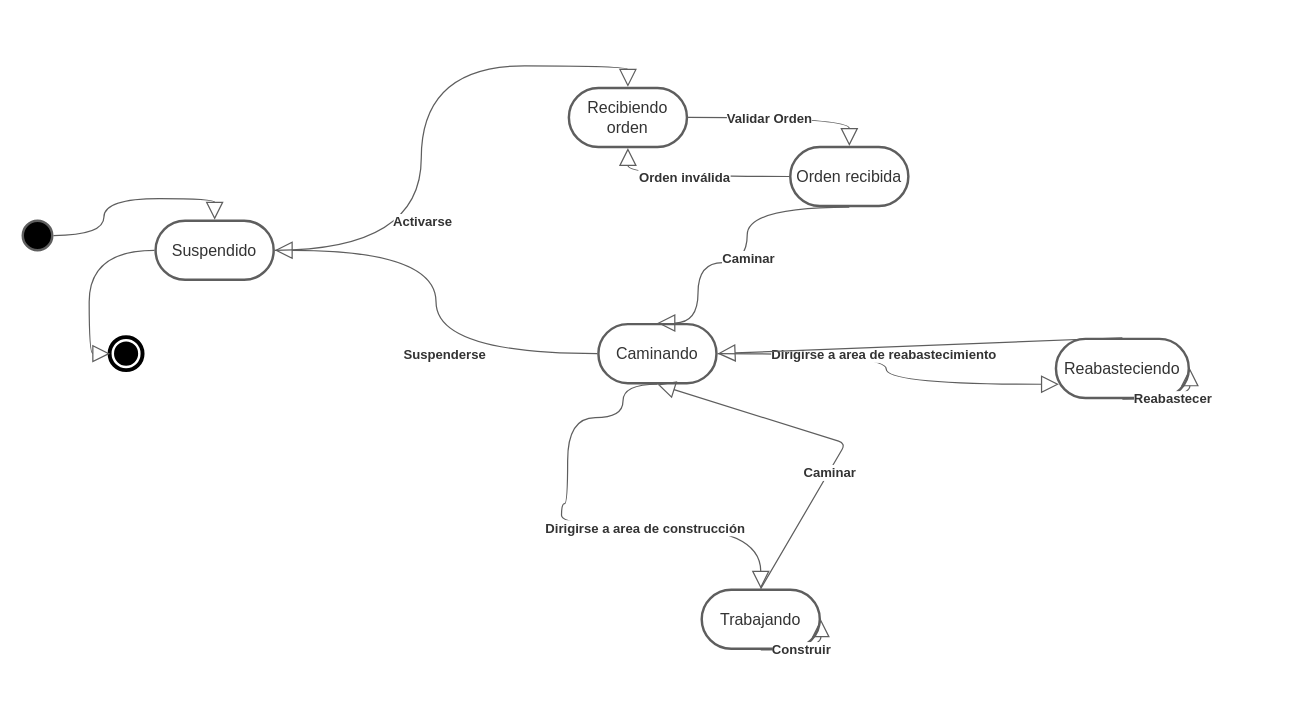
Earlier version of the draw.io diagram EstadosPractica2.drawio (Rogarpa/Practica2-Modelado-y-Programacion--). Source tidied: cells renumbered, new cells numbered last; positions are measured from the earlier drawing's top-left corner, leaving out a move shared by most shapes. Both pictures are drawn from the tidied source at 123%, with x=0, y=0 at pixel (22, 87).
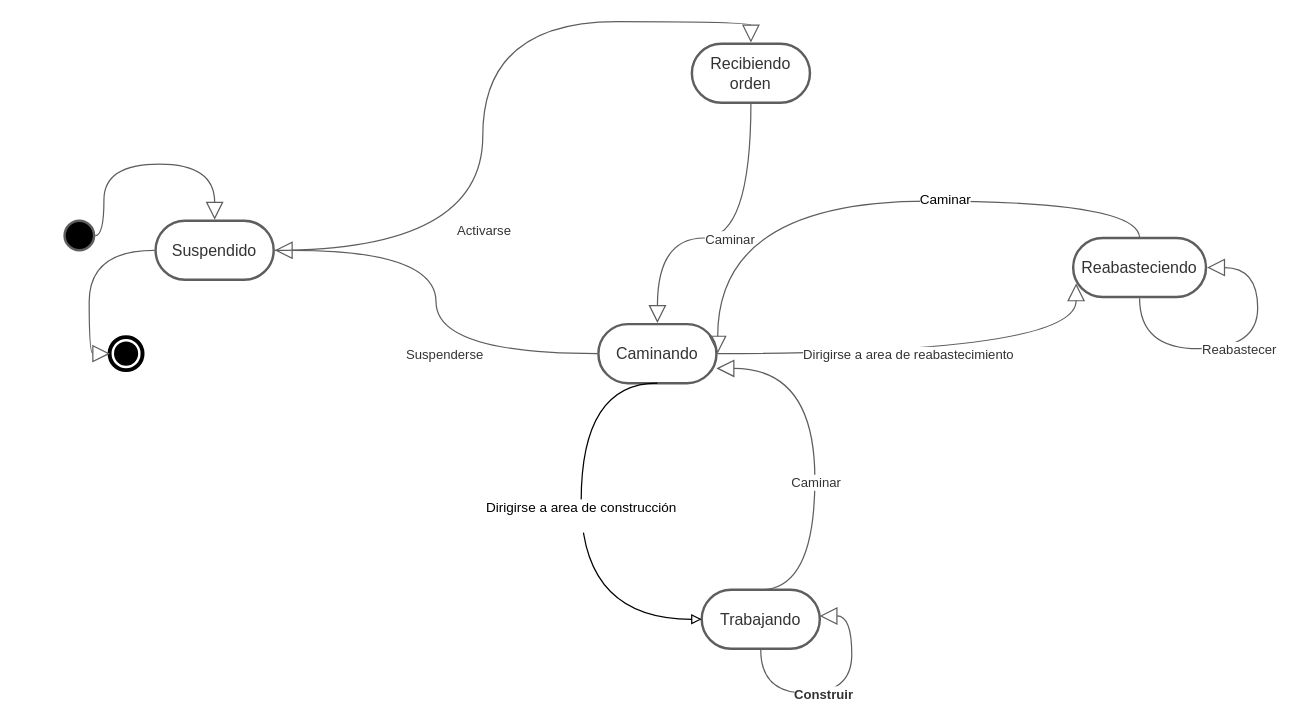
Above is the later version.

Unchanged cells that the change refers to:
```xml
<mxCell id="8" value="Caminando" style="html=1;whiteSpace=wrap;rounded=1;arcSize=50;whiteSpace=wrap;fontSize=13;fontColor=#333333;spacing=3;strokeColor=#5e5e5e;strokeOpacity=100;strokeWidth=2;" parent="1" vertex="1">
  <mxGeometry x="468" y="192" width="96" height="48" as="geometry" />
</mxCell>
<mxCell id="10" value="Trabajando" style="html=1;whiteSpace=wrap;rounded=1;arcSize=50;whiteSpace=wrap;fontSize=13;fontColor=#333333;spacing=3;strokeColor=#5e5e5e;strokeOpacity=100;strokeWidth=2;" parent="1" vertex="1">
  <mxGeometry x="552" y="408" width="96" height="48" as="geometry" />
</mxCell>
<mxCell id="11" style="html=1;jettySize=18;whiteSpace=wrap;fontSize=11;strokeColor=#5E5E5E;rounded=1;arcSize=12;edgeStyle=orthogonalEdgeStyle;curved=1;startArrow=none;endArrow=block;endFill=0;endSize=12;exitX=1.009380833298696;exitY=0.5;exitPerimeter=0;entryX=0.5;entryY=-0.01875;entryPerimeter=0;" parent="1" edge="1" source="5" target="7">
  <mxGeometry relative="1" as="geometry" />
</mxCell>
<mxCell id="13" style="html=1;jettySize=18;whiteSpace=wrap;fontSize=11;strokeColor=#5E5E5E;rounded=1;arcSize=12;edgeStyle=orthogonalEdgeStyle;curved=1;startArrow=none;endArrow=block;endFill=0;endSize=12;exitX=-0.00938083329869599;exitY=0.5;exitPerimeter=0;entryX=1.0093808332986962;entryY=0.5;entryPerimeter=0;" parent="1" edge="1" source="8" target="5">
  <mxGeometry relative="1" as="geometry" />
</mxCell>
<mxCell id="25" style="html=1;jettySize=18;whiteSpace=wrap;fontSize=11;strokeColor=#5E5E5E;rounded=1;arcSize=12;edgeStyle=orthogonalEdgeStyle;curved=1;startArrow=none;endArrow=block;endFill=0;endSize=12;exitX=1.009380833298696;exitY=0.5;exitPerimeter=0;entryX=0.022264374879770957;entryY=0.7687500000000002;entryPerimeter=0;" parent="1" edge="1" source="8" target="9">
  <mxGeometry relative="1" as="geometry" />
</mxCell>
```

What changed in the source:
```diff
@@
     <mxCell id="3" style="html=1;whiteSpace=wrap;ellipse;fillColor=#000000;whiteSpace=wrap;fontSize=11;spacing=0;strokeColor=#5e5e5e;strokeOpacity=100;rounded=1;absoluteArcSize=1;arcSize=7.199999999999999;strokeWidth=2;" parent="1" vertex="1">
-      <mxGeometry y="108" width="24" height="24" as="geometry" />
+      <mxGeometry x="34" y="108" width="24" height="24" as="geometry" />
     </mxCell>
@@
-    <mxCell id="5" value="Suspendido" style="html=1;whiteSpace=wrap;rounded=1;arcSize=50;whiteSpace=wrap;fontSize=13;fontColor=#333333;spacing=3;strokeColor=#5e5e5e;strokeOpacity=100;strokeWidth=2;" parent="1" vertex="1">
+    <mxCell id="5" value="Suspendido" style="html=1;whiteSpace=wrap;rounded=1;arcSize=50;whiteSpace=wrap;fontSize=13;fontColor=#333333;spacing=3;strokeColor=#5e5e5e;strokeOpacity=100;strokeWidth=2;fillColor=#FFFFFF;" parent="1" vertex="1">
       <mxGeometry x="108" y="108" width="96" height="48" as="geometry" />
     </mxCell>
     <mxCell id="6" style="html=1;jettySize=18;whiteSpace=wrap;fontSize=11;strokeColor=#5E5E5E;rounded=1;arcSize=12;edgeStyle=orthogonalEdgeStyle;curved=1;startArrow=none;endArrow=block;endFill=0;endSize=12;exitX=1.0375233890433548;exitY=0.5;exitPerimeter=0;entryX=0.5;entryY=-0.01875;entryPerimeter=0;" parent="1" edge="1" source="3" target="5">
-      <mxGeometry relative="1" as="geometry" />
+      <mxGeometry relative="1" as="geometry">
+        <Array as="points">
+          <mxPoint x="66" y="120" />
+          <mxPoint x="66" y="62" />
+          <mxPoint x="156" y="62" />
+        </Array>
+      </mxGeometry>
     </mxCell>
     <mxCell id="7" value="Recibiendo orden" style="html=1;whiteSpace=wrap;rounded=1;arcSize=50;whiteSpace=wrap;fontSize=13;fontColor=#333333;spacing=3;strokeColor=#5e5e5e;strokeOpacity=100;strokeWidth=2;" parent="1" vertex="1">
-      <mxGeometry x="444" width="96" height="48" as="geometry" />
+      <mxGeometry x="544" y="-36" width="96" height="48" as="geometry" />
     </mxCell>
@@
     <mxCell id="9" value="Reabasteciendo" style="html=1;whiteSpace=wrap;rounded=1;arcSize=50;whiteSpace=wrap;fontSize=13;fontColor=#333333;spacing=3;strokeColor=#5e5e5e;strokeOpacity=100;strokeWidth=2;" parent="1" vertex="1">
-      <mxGeometry x="840" y="204" width="108" height="48" as="geometry" />
+      <mxGeometry x="854" y="122" width="108" height="48" as="geometry" />
     </mxCell>
@@
-    <mxCell id="12" value="Activarse" style="text;html=1;labelBackgroundColor=#ffffff;align=center;verticalAlign=middle;fontStyle=1;fontColor=#333333;fontSize=10.666666666666666;" parent="11" vertex="1">
+    <mxCell id="12" value="&lt;span style=&quot;font-weight: normal&quot;&gt;Activarse&lt;/span&gt;" style="text;html=1;labelBackgroundColor=#ffffff;align=center;verticalAlign=middle;fontStyle=1;fontColor=#333333;fontSize=10.666666666666666;" parent="11" vertex="1">
       <mxGeometry x="-0.37" relative="1" as="geometry" />
     </mxCell>
@@
-    <mxCell id="14" value="Suspenderse" style="text;html=1;labelBackgroundColor=#ffffff;align=center;verticalAlign=middle;fontStyle=1;fontColor=#333333;fontSize=10.666666666666666;" parent="13" vertex="1">
+    <mxCell id="14" value="&lt;span style=&quot;font-weight: normal&quot;&gt;Suspenderse&lt;/span&gt;" style="text;html=1;labelBackgroundColor=#ffffff;align=center;verticalAlign=middle;fontStyle=1;fontColor=#333333;fontSize=10.666666666666666;" parent="13" vertex="1">
       <mxGeometry x="-0.28" relative="1" as="geometry" />
     </mxCell>
-    <mxCell id="15" style="html=1;jettySize=18;whiteSpace=wrap;fontSize=11;strokeColor=#5E5E5E;rounded=1;arcSize=12;edgeStyle=orthogonalEdgeStyle;curved=1;startArrow=none;endArrow=block;endFill=0;endSize=12;exitX=1.009380833298696;exitY=0.5;exitPerimeter=0;entryX=0.5;entryY=-0.01875;entryPerimeter=0;" parent="1" edge="1" source="7" target="19">
-      <mxGeometry relative="1" as="geometry" />
-    </mxCell>
-    <mxCell id="16" value="Validar Orden" style="text;html=1;labelBackgroundColor=#ffffff;align=center;verticalAlign=middle;fontStyle=1;fontColor=#333333;fontSize=10.666666666666666;" parent="15" vertex="1">
-      <mxGeometry x="-0.14" relative="1" as="geometry" />
-    </mxCell>
-    <mxCell id="17" style="html=1;jettySize=18;whiteSpace=wrap;fontSize=11;strokeColor=#5E5E5E;rounded=1;arcSize=12;startArrow=none;endArrow=block;endFill=0;endSize=12;exitX=0.5;exitY=-0.01875;exitPerimeter=0;" parent="1" edge="1" source="10">
-      <mxGeometry relative="1" as="geometry">
-        <mxPoint x="516" y="241" as="targetPoint" />
-        <Array as="points">
-          <mxPoint x="600" y="407" />
-          <mxPoint x="669" y="289" />
-          <mxPoint x="516" y="241" />
-        </Array>
-      </mxGeometry>
-    </mxCell>
-    <mxCell id="18" value="Caminar" style="text;html=1;labelBackgroundColor=#ffffff;align=center;verticalAlign=middle;fontStyle=1;fontColor=#333333;fontSize=10.666666666666666;" parent="17" vertex="1">
-      <mxGeometry x="-0.26" relative="1" as="geometry" />
-    </mxCell>
-    <mxCell id="19" value="Orden recibida" style="html=1;whiteSpace=wrap;rounded=1;arcSize=50;whiteSpace=wrap;fontSize=13;fontColor=#333333;spacing=3;strokeColor=#5e5e5e;strokeOpacity=100;strokeWidth=2;" parent="1" vertex="1">
-      <mxGeometry x="624" y="48" width="96" height="48" as="geometry" />
-    </mxCell>
-    <mxCell id="20" style="html=1;jettySize=18;whiteSpace=wrap;fontSize=11;strokeColor=#5E5E5E;rounded=1;arcSize=12;edgeStyle=orthogonalEdgeStyle;curved=1;startArrow=none;endArrow=block;endFill=0;endSize=12;exitX=0.5;exitY=1.01875;exitPerimeter=0;entryX=0.5;entryY=-0.01875;entryPerimeter=0;" parent="1" edge="1" source="19" target="8">
+    <mxCell id="20" style="html=1;jettySize=18;whiteSpace=wrap;fontSize=11;strokeColor=#5E5E5E;rounded=1;arcSize=12;edgeStyle=orthogonalEdgeStyle;curved=1;startArrow=none;endArrow=block;endFill=0;endSize=12;exitX=0.5;exitY=1;entryX=0.5;entryY=-0.01875;entryPerimeter=0;exitDx=0;exitDy=0;" parent="1" edge="1" source="7" target="8">
       <mxGeometry relative="1" as="geometry">
         <Array as="points">
-          <mxPoint x="672" y="97" />
-          <mxPoint x="589" y="129" />
-          <mxPoint x="557" y="142" />
-          <mxPoint x="549" y="174" />
-          <mxPoint x="516" y="191" />
+          <mxPoint x="592" y="122" />
+          <mxPoint x="516" y="122" />
         </Array>
       </mxGeometry>
     </mxCell>
-    <mxCell id="21" value="Caminar" style="text;html=1;labelBackgroundColor=#ffffff;align=center;verticalAlign=middle;fontStyle=1;fontColor=#333333;fontSize=10.666666666666666;" parent="20" vertex="1">
+    <mxCell id="21" value="&lt;span style=&quot;font-weight: normal&quot;&gt;Caminar&lt;/span&gt;" style="text;html=1;labelBackgroundColor=#ffffff;align=center;verticalAlign=middle;fontStyle=1;fontColor=#333333;fontSize=10.666666666666666;" parent="20" vertex="1">
       <mxGeometry relative="1" as="geometry" />
     </mxCell>
+    <mxCell id="34" style="edgeStyle=orthogonalEdgeStyle;rounded=0;orthogonalLoop=1;jettySize=auto;html=1;exitX=0;exitY=0;exitDx=0;exitDy=0;" parent="20" edge="1" source="21" target="21">
+      <mxGeometry relative="1" as="geometry" />
+    </mxCell>
@@
-    <mxCell id="23" style="html=1;jettySize=18;whiteSpace=wrap;fontSize=11;strokeColor=#5E5E5E;rounded=1;arcSize=12;edgeStyle=orthogonalEdgeStyle;curved=1;startArrow=none;endArrow=block;endFill=0;endSize=12;exitX=-0.009380833298696078;exitY=0.5;exitPerimeter=0;entryX=0.5;entryY=1.01875;entryPerimeter=0;" parent="1" edge="1" source="19" target="7">
-      <mxGeometry relative="1" as="geometry" />
-    </mxCell>
-    <mxCell id="24" value="Orden inválida" style="text;html=1;labelBackgroundColor=#ffffff;align=center;verticalAlign=middle;fontStyle=1;fontColor=#333333;fontSize=10.666666666666666;" parent="23" vertex="1">
-      <mxGeometry x="0.11" relative="1" as="geometry" />
-    </mxCell>
@@
-    <mxCell id="26" value="Dirigirse a area de reabastecimiento" style="text;html=1;labelBackgroundColor=#ffffff;align=center;verticalAlign=middle;fontStyle=1;fontColor=#333333;fontSize=10.666666666666666;" parent="25" vertex="1">
+    <mxCell id="26" value="&lt;span style=&quot;font-weight: normal&quot;&gt;Dirigirse a area de reabastecimiento&lt;/span&gt;" style="text;html=1;labelBackgroundColor=#ffffff;align=center;verticalAlign=middle;fontStyle=1;fontColor=#333333;fontSize=10.666666666666666;" parent="25" vertex="1">
       <mxGeometry x="-0.11" relative="1" as="geometry" />
     </mxCell>
-    <mxCell id="27" style="html=1;jettySize=18;whiteSpace=wrap;fontSize=11;strokeColor=#5E5E5E;rounded=1;arcSize=12;startArrow=none;endArrow=block;endFill=0;endSize=12;exitX=0.5;exitY=-0.01875;exitPerimeter=0;" parent="1" edge="1" source="9">
+    <mxCell id="27" style="html=1;jettySize=18;whiteSpace=wrap;fontSize=11;strokeColor=#5E5E5E;rounded=1;arcSize=12;startArrow=none;endArrow=block;endFill=0;endSize=12;edgeStyle=orthogonalEdgeStyle;curved=1;exitX=0.5;exitY=0;exitDx=0;exitDy=0;" parent="1" edge="1" source="9">
       <mxGeometry relative="1" as="geometry">
         <mxPoint x="565" y="216" as="targetPoint" />
+        <Array as="points">
+          <mxPoint x="908" y="92" />
+          <mxPoint x="565" y="92" />
+        </Array>
       </mxGeometry>
     </mxCell>
-    <mxCell id="28" style="html=1;jettySize=18;whiteSpace=wrap;fontSize=11;strokeColor=#5E5E5E;rounded=1;arcSize=12;edgeStyle=orthogonalEdgeStyle;curved=1;startArrow=none;endArrow=block;endFill=0;endSize=12;exitX=0.49998132902815867;exitY=1.01875;exitPerimeter=0;entryX=0.5;entryY=-0.01875;entryPerimeter=0;" parent="1" edge="1" source="8" target="10">
-      <mxGeometry relative="1" as="geometry">
-        <Array as="points">
-          <mxPoint x="516" y="241" />
-          <mxPoint x="488" y="250" />
-          <mxPoint x="468" y="268" />
-          <mxPoint x="443" y="317" />
-          <mxPoint x="435" y="338" />
-          <mxPoint x="438" y="352" />
-          <mxPoint x="483" y="357" />
-          <mxPoint x="600" y="407" />
-        </Array>
-      </mxGeometry>
-    </mxCell>
-    <mxCell id="29" value="Dirigirse a area de construcción" style="text;html=1;labelBackgroundColor=#ffffff;align=center;verticalAlign=middle;fontStyle=1;fontColor=#333333;fontSize=10.666666666666666;" parent="28" vertex="1">
-      <mxGeometry x="0.29" relative="1" as="geometry" />
-    </mxCell>
+    <mxCell id="35" value="Caminar" style="edgeLabel;html=1;align=center;verticalAlign=middle;" parent="27" vertex="1">
+      <mxGeometry x="-0.24" y="-2" relative="1" as="geometry" />
+    </mxCell>
     <mxCell id="30" style="html=1;jettySize=18;whiteSpace=wrap;fontSize=11;strokeColor=#5E5E5E;rounded=1;arcSize=12;edgeStyle=orthogonalEdgeStyle;curved=1;startArrow=none;endArrow=block;endFill=0;endSize=12;exitX=0.5;exitY=1.01875;exitPerimeter=0;entryX=1.008338525552294;entryY=0.5;entryPerimeter=0;" parent="1" edge="1" source="9" target="9">
       <mxGeometry relative="1" as="geometry">
         <Array as="points">
-          <mxPoint x="894" y="253" />
-          <mxPoint x="949" y="228" />
+          <mxPoint x="908" y="212" />
+          <mxPoint x="1004" y="212" />
+          <mxPoint x="1004" y="146" />
         </Array>
       </mxGeometry>
     </mxCell>
-    <mxCell id="31" value="Reabastecer" style="text;html=1;labelBackgroundColor=#ffffff;align=center;verticalAlign=middle;fontStyle=1;fontColor=#333333;fontSize=10.666666666666666;" parent="30" vertex="1">
+    <mxCell id="31" value="&lt;span style=&quot;font-weight: normal&quot;&gt;Reabastecer&lt;/span&gt;" style="text;html=1;labelBackgroundColor=#ffffff;align=center;verticalAlign=middle;fontStyle=1;fontColor=#333333;fontSize=10.666666666666666;" parent="30" vertex="1">
       <mxGeometry relative="1" as="geometry" />
     </mxCell>
-    <mxCell id="32" style="html=1;jettySize=18;whiteSpace=wrap;fontSize=11;strokeColor=#5E5E5E;rounded=1;arcSize=12;edgeStyle=orthogonalEdgeStyle;curved=1;startArrow=none;endArrow=block;endFill=0;endSize=12;exitX=0.5;exitY=1.01875;exitPerimeter=0;entryX=1.009380833298696;entryY=0.5;entryPerimeter=0;" parent="1" edge="1" source="10" target="10">
+    <mxCell id="32" style="html=1;jettySize=18;whiteSpace=wrap;fontSize=11;strokeColor=#5E5E5E;rounded=1;arcSize=12;edgeStyle=orthogonalEdgeStyle;curved=1;startArrow=none;endArrow=block;endFill=0;endSize=12;exitX=0.5;exitY=1.01875;exitPerimeter=0;entryX=0.998;entryY=0.443;entryDx=0;entryDy=0;entryPerimeter=0;" parent="1" edge="1" source="10" target="10">
       <mxGeometry relative="1" as="geometry">
         <Array as="points">
-          <mxPoint x="600" y="457" />
-          <mxPoint x="649" y="432" />
+          <mxPoint x="600" y="492" />
+          <mxPoint x="674" y="492" />
+          <mxPoint x="674" y="429" />
+          <mxPoint x="648" y="429" />
         </Array>
       </mxGeometry>
     </mxCell>
@@
+    <mxCell id="28" style="curved=1;endArrow=block;html=1;exitX=0.5;exitY=1;exitDx=0;exitDy=0;entryX=0;entryY=0.5;entryDx=0;entryDy=0;edgeStyle=orthogonalEdgeStyle;endFill=0;" parent="1" edge="1" source="8" target="10">
+      <mxGeometry relative="1" as="geometry">
+        <Array as="points">
+          <mxPoint x="454" y="240" />
+          <mxPoint x="454" y="432" />
+        </Array>
+      </mxGeometry>
+    </mxCell>
+    <mxCell id="29" value="Dirigirse a area de construcción&lt;br&gt;&lt;span style=&quot;font-weight: 700&quot;&gt;&lt;br&gt;&lt;/span&gt;" style="edgeLabel;html=1;align=center;verticalAlign=middle;" parent="28" vertex="1">
+      <mxGeometry x="-0.04" y="-1" relative="1" as="geometry" />
+    </mxCell>
+    <mxCell id="36" style="html=1;jettySize=18;whiteSpace=wrap;fontSize=11;strokeColor=#5E5E5E;rounded=1;arcSize=12;edgeStyle=orthogonalEdgeStyle;curved=1;startArrow=none;endArrow=block;endFill=0;endSize=12;exitX=0.5;exitY=0;entryX=1;entryY=0.75;entryDx=0;entryDy=0;exitDx=0;exitDy=0;" parent="1" edge="1" source="10" target="8">
+      <mxGeometry relative="1" as="geometry">
+        <Array as="points">
+          <mxPoint x="644" y="408" />
+          <mxPoint x="644" y="228" />
+        </Array>
+      </mxGeometry>
+    </mxCell>
+    <mxCell id="37" value="&lt;span style=&quot;font-weight: normal&quot;&gt;Caminar&lt;/span&gt;" style="text;html=1;labelBackgroundColor=#ffffff;align=center;verticalAlign=middle;fontStyle=1;fontColor=#333333;fontSize=10.666666666666666;" parent="36" vertex="1">
+      <mxGeometry x="-0.13" relative="1" as="geometry" />
+    </mxCell>
```
